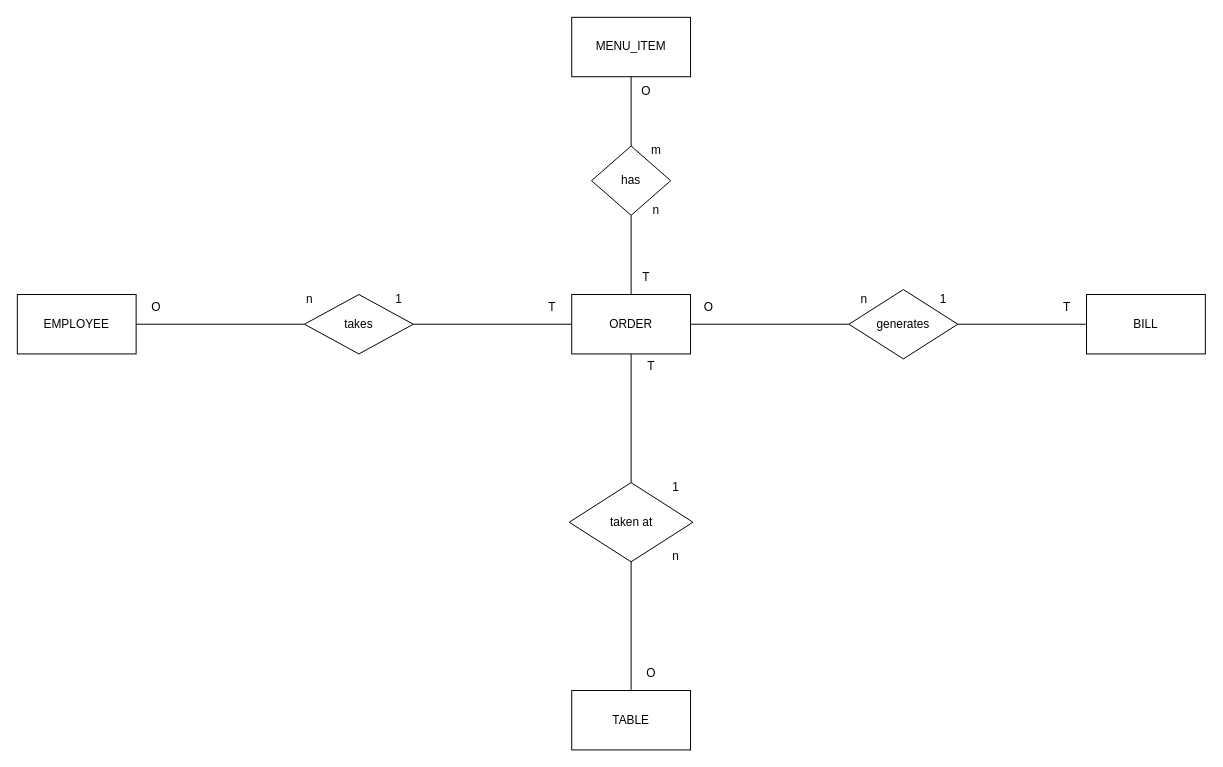
Before: ProjectBuildingApplicationsERD.drawio in tnb1604/tnb1604, a draw.io diagram. Source tidied: cells renumbered, new cells numbered last; positions are measured from the earlier drawing's top-left corner, leaving out a move shared by most shapes. Both pictures are drawn from the tidied source at 99%, with x=0, y=0 at pixel (17, 17).
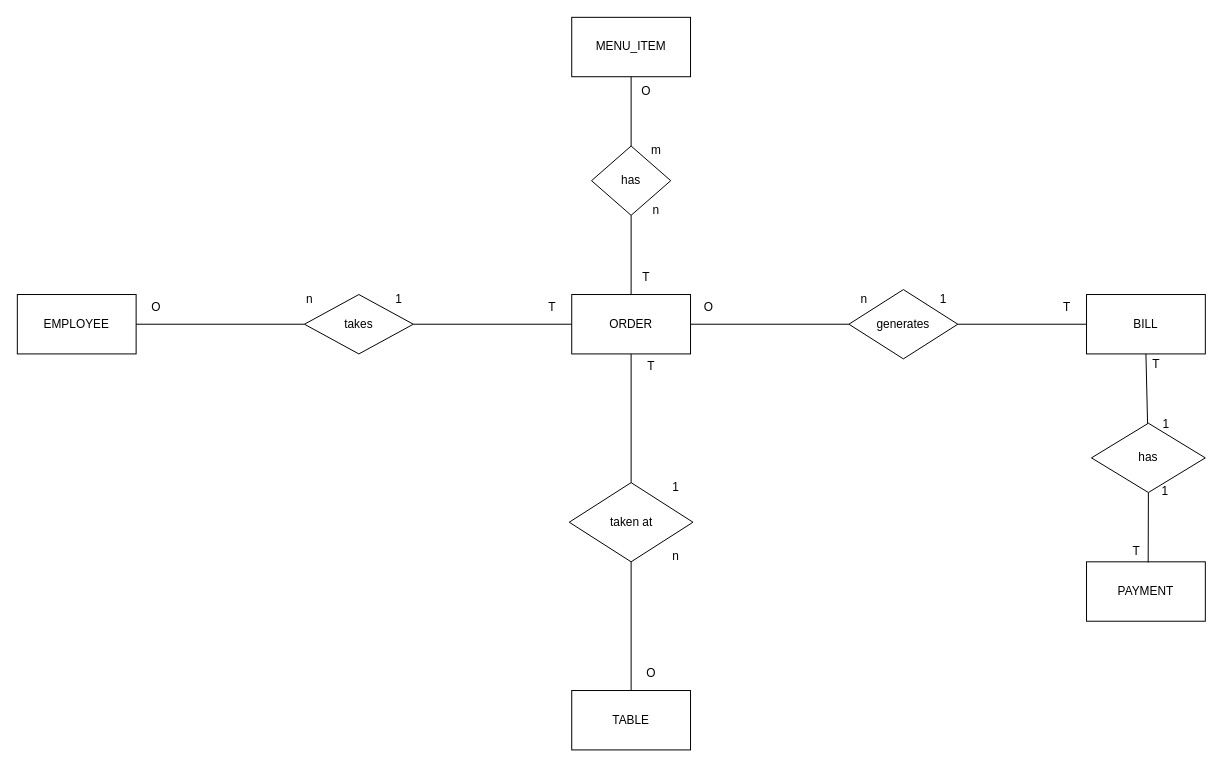
Above is the later version.

Unchanged cells that the change refers to:
```xml
<mxCell id="3" value="BILL" style="rounded=0;whiteSpace=wrap;html=1;" parent="1" vertex="1">
  <mxGeometry x="1080" y="280" width="120" height="60" as="geometry" />
</mxCell>
```

Diff of the diagram source:
```diff
@@
+    <mxCell id="35" value="PAYMENT" style="rounded=0;whiteSpace=wrap;html=1;" parent="1" vertex="1">
+      <mxGeometry x="1080" y="550" width="120" height="60" as="geometry" />
+    </mxCell>
+    <mxCell id="36" value="has" style="rhombus;whiteSpace=wrap;html=1;" parent="1" vertex="1">
+      <mxGeometry x="1085" y="410" width="115" height="70" as="geometry" />
+    </mxCell>
+    <mxCell id="37" style="endArrow=none;html=1;rounded=0;entryX=0.5;entryY=1;entryDx=0;entryDy=0;exitX=0.519;exitY=0.01;exitDx=0;exitDy=0;exitPerimeter=0;" parent="1" edge="1" source="35" target="36">
+      <mxGeometry relative="1" as="geometry" />
+    </mxCell>
+    <mxCell id="38" style="endArrow=none;html=1;rounded=0;entryX=0.5;entryY=1;entryDx=0;entryDy=0;" parent="1" edge="1" source="36" target="3">
+      <mxGeometry relative="1" as="geometry" />
+    </mxCell>
+    <mxCell id="39" value="T" style="text;html=1;align=center;verticalAlign=middle;strokeColor=none;fillColor=none;" parent="1" vertex="1">
+      <mxGeometry x="1115" y="525" width="30" height="30" as="geometry" />
+    </mxCell>
+    <mxCell id="40" value="T" style="text;html=1;align=center;verticalAlign=middle;strokeColor=none;fillColor=none;" parent="1" vertex="1">
+      <mxGeometry x="1135" y="336" width="30" height="30" as="geometry" />
+    </mxCell>
+    <mxCell id="41" value="1" style="text;html=1;align=center;verticalAlign=middle;strokeColor=none;fillColor=none;" parent="1" vertex="1">
+      <mxGeometry x="1145" y="396" width="30" height="30" as="geometry" />
+    </mxCell>
+    <mxCell id="42" value="1" style="text;html=1;align=center;verticalAlign=middle;strokeColor=none;fillColor=none;" parent="1" vertex="1">
+      <mxGeometry x="1144" y="464" width="30" height="30" as="geometry" />
+    </mxCell>
```
